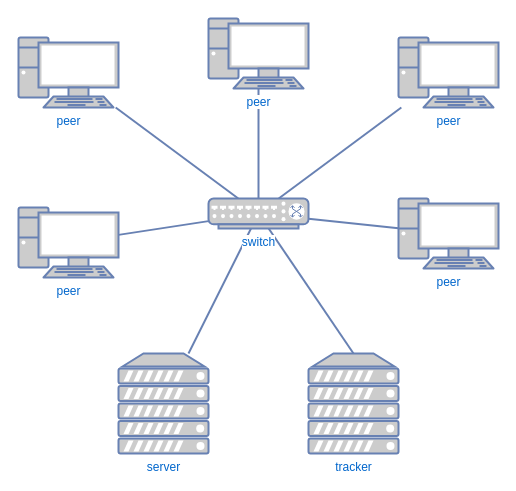
nan-af/sproj keeps this draw.io diagram as SingleSwitchTopology.drawio. Above is the earlier version. Source tidied: cells renumbered, new cells numbered last; positions are measured from the earlier drawing's top-left corner, leaving out a move shared by most shapes. Both pictures are drawn from the tidied source at 100%, with x=0, y=0 at pixel (18, 18).
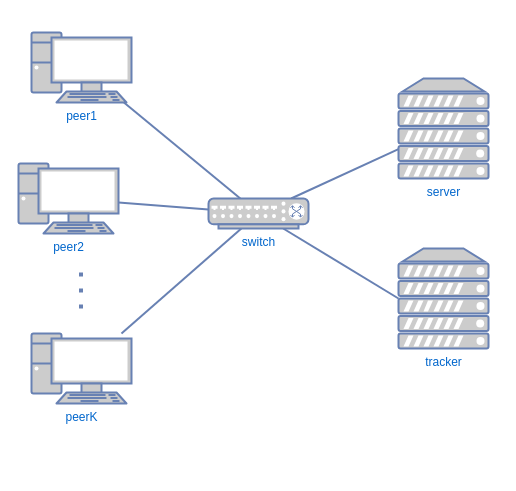
Above is the later version.

What changed in the source:
```diff
@@
 <mxGraphModel>
   <root>
     <mxCell id="0" />
     <mxCell id="1" parent="0" />
     <mxCell id="2" value="server" style="fontColor=#0066CC;verticalAlign=top;verticalLabelPosition=bottom;labelPosition=center;align=center;html=1;fillColor=#CCCCCC;strokeColor=#6881B3;gradientColor=none;gradientDirection=north;strokeWidth=2;shape=mxgraph.networks.server;rounded=1;shadow=0;comic=0;labelBackgroundColor=#ffffff;" parent="1" vertex="1">
-      <mxGeometry x="100" y="335" width="90" height="100" as="geometry" />
+      <mxGeometry x="380" y="60" width="90" height="100" as="geometry" />
     </mxCell>
     <mxCell id="3" style="edgeStyle=none;html=1;labelBackgroundColor=none;endArrow=none;strokeWidth=2;fontFamily=Verdana;fontSize=28;fontColor=#0066CC;rounded=0;strokeColor=#6881B3;" parent="1" edge="1" source="10" target="11">
       <mxGeometry relative="1" as="geometry" />
     </mxCell>
-    <mxCell id="4" style="edgeStyle=none;html=1;labelBackgroundColor=none;endArrow=none;strokeWidth=2;fontFamily=Verdana;fontSize=28;fontColor=#0066CC;rounded=0;strokeColor=#6881B3;" parent="1" edge="1" source="10" target="12">
-      <mxGeometry relative="1" as="geometry" />
-    </mxCell>
     <mxCell id="5" style="edgeStyle=none;html=1;labelBackgroundColor=none;endArrow=none;strokeWidth=2;fontFamily=Verdana;fontSize=28;fontColor=#0066CC;rounded=0;strokeColor=#6881B3;" parent="1" edge="1" source="10" target="13">
       <mxGeometry relative="1" as="geometry" />
     </mxCell>
-    <mxCell id="6" style="edgeStyle=none;html=1;labelBackgroundColor=none;endArrow=none;strokeWidth=2;fontFamily=Verdana;fontSize=28;fontColor=#0066CC;rounded=0;strokeColor=#6881B3;entryX=0.5;entryY=0;entryDx=0;entryDy=0;entryPerimeter=0;" parent="1" edge="1" source="10" target="16">
+    <mxCell id="6" style="edgeStyle=none;html=1;labelBackgroundColor=none;endArrow=none;strokeWidth=2;fontFamily=Verdana;fontSize=28;fontColor=#0066CC;rounded=0;strokeColor=#6881B3;entryX=0;entryY=0.5;entryDx=0;entryDy=0;entryPerimeter=0;" parent="1" edge="1" source="10" target="16">
       <mxGeometry relative="1" as="geometry" />
     </mxCell>
-    <mxCell id="7" style="edgeStyle=none;html=1;labelBackgroundColor=none;endArrow=none;strokeWidth=2;fontFamily=Verdana;fontSize=28;fontColor=#0066CC;rounded=0;strokeColor=#6881B3;" parent="1" edge="1" source="10" target="15">
-      <mxGeometry relative="1" as="geometry" />
-    </mxCell>
     <mxCell id="8" style="edgeStyle=none;html=1;labelBackgroundColor=none;endArrow=none;strokeWidth=2;fontFamily=Verdana;fontSize=28;fontColor=#0066CC;rounded=0;strokeColor=#6881B3;" parent="1" edge="1" source="10" target="14">
       <mxGeometry relative="1" as="geometry" />
     </mxCell>
     <mxCell id="9" style="edgeStyle=none;html=1;labelBackgroundColor=none;endArrow=none;strokeWidth=2;fontFamily=Verdana;fontSize=28;fontColor=#0066CC;rounded=0;strokeColor=#6881B3;" parent="1" edge="1" source="10" target="2">
       <mxGeometry relative="1" as="geometry" />
     </mxCell>
     <mxCell id="10" value="switch" style="fontColor=#0066CC;verticalAlign=top;verticalLabelPosition=bottom;labelPosition=center;align=center;html=1;fillColor=#CCCCCC;strokeColor=#6881B3;gradientColor=none;gradientDirection=north;strokeWidth=2;shape=mxgraph.networks.switch;rounded=1;shadow=0;comic=0;labelBackgroundColor=#ffffff;" parent="1" vertex="1">
       <mxGeometry x="190" y="180" width="100" height="30" as="geometry" />
     </mxCell>
-    <mxCell id="11" value="peer" style="fontColor=#0066CC;verticalAlign=top;verticalLabelPosition=bottom;labelPosition=center;align=center;html=1;fillColor=#CCCCCC;strokeColor=#6881B3;gradientColor=none;gradientDirection=north;strokeWidth=2;shape=mxgraph.networks.pc;rounded=1;shadow=0;comic=0;labelBackgroundColor=#ffffff;" parent="1" vertex="1">
-      <mxGeometry y="19" width="100" height="70" as="geometry" />
+    <mxCell id="11" value="peer1" style="fontColor=#0066CC;verticalAlign=top;verticalLabelPosition=bottom;labelPosition=center;align=center;html=1;fillColor=#CCCCCC;strokeColor=#6881B3;gradientColor=none;gradientDirection=north;strokeWidth=2;shape=mxgraph.networks.pc;rounded=1;shadow=0;comic=0;labelBackgroundColor=#ffffff;" parent="1" vertex="1">
+      <mxGeometry x="13" y="14" width="100" height="70" as="geometry" />
     </mxCell>
-    <mxCell id="12" value="peer" style="fontColor=#0066CC;verticalAlign=top;verticalLabelPosition=bottom;labelPosition=center;align=center;html=1;fillColor=#CCCCCC;strokeColor=#6881B3;gradientColor=none;gradientDirection=north;strokeWidth=2;shape=mxgraph.networks.pc;rounded=1;shadow=0;comic=0;labelBackgroundColor=#ffffff;" parent="1" vertex="1">
-      <mxGeometry x="190" width="100" height="70" as="geometry" />
-    </mxCell>
-    <mxCell id="13" value="peer" style="fontColor=#0066CC;verticalAlign=top;verticalLabelPosition=bottom;labelPosition=center;align=center;html=1;fillColor=#CCCCCC;strokeColor=#6881B3;gradientColor=none;gradientDirection=north;strokeWidth=2;shape=mxgraph.networks.pc;rounded=1;shadow=0;comic=0;labelBackgroundColor=#ffffff;" parent="1" vertex="1">
-      <mxGeometry x="380" y="19" width="100" height="70" as="geometry" />
+    <mxCell id="13" value="peerK" style="fontColor=#0066CC;verticalAlign=top;verticalLabelPosition=bottom;labelPosition=center;align=center;html=1;fillColor=#CCCCCC;strokeColor=#6881B3;gradientColor=none;gradientDirection=north;strokeWidth=2;shape=mxgraph.networks.pc;rounded=1;shadow=0;comic=0;labelBackgroundColor=#ffffff;" parent="1" vertex="1">
+      <mxGeometry x="13" y="315" width="100" height="70" as="geometry" />
     </mxCell>
-    <mxCell id="14" value="peer" style="fontColor=#0066CC;verticalAlign=top;verticalLabelPosition=bottom;labelPosition=center;align=center;html=1;fillColor=#CCCCCC;strokeColor=#6881B3;gradientColor=none;gradientDirection=north;strokeWidth=2;shape=mxgraph.networks.pc;rounded=1;shadow=0;comic=0;labelBackgroundColor=#ffffff;" parent="1" vertex="1">
-      <mxGeometry y="189" width="100" height="70" as="geometry" />
+    <mxCell id="14" value="peer2" style="fontColor=#0066CC;verticalAlign=top;verticalLabelPosition=bottom;labelPosition=center;align=center;html=1;fillColor=#CCCCCC;strokeColor=#6881B3;gradientColor=none;gradientDirection=north;strokeWidth=2;shape=mxgraph.networks.pc;rounded=1;shadow=0;comic=0;labelBackgroundColor=#ffffff;" parent="1" vertex="1">
+      <mxGeometry y="145" width="100" height="70" as="geometry" />
     </mxCell>
-    <mxCell id="15" value="peer" style="fontColor=#0066CC;verticalAlign=top;verticalLabelPosition=bottom;labelPosition=center;align=center;html=1;fillColor=#CCCCCC;strokeColor=#6881B3;gradientColor=none;gradientDirection=north;strokeWidth=2;shape=mxgraph.networks.pc;rounded=1;shadow=0;comic=0;labelBackgroundColor=#ffffff;" parent="1" vertex="1">
-      <mxGeometry x="380" y="180" width="100" height="70" as="geometry" />
-    </mxCell>
     <mxCell id="16" value="tracker" style="fontColor=#0066CC;verticalAlign=top;verticalLabelPosition=bottom;labelPosition=center;align=center;html=1;fillColor=#CCCCCC;strokeColor=#6881B3;gradientColor=none;gradientDirection=north;strokeWidth=2;shape=mxgraph.networks.server;rounded=1;shadow=0;comic=0;labelBackgroundColor=#ffffff;" parent="1" vertex="1">
-      <mxGeometry x="290" y="335" width="90" height="100" as="geometry" />
+      <mxGeometry x="380" y="230" width="90" height="100" as="geometry" />
     </mxCell>
+    <mxCell id="17" style="endArrow=none;dashed=1;html=1;dashPattern=1 3;strokeWidth=4;rounded=0;strokeColor=#6881B3;" parent="1" edge="1">
+      <mxGeometry relative="1" as="geometry">
+        <mxPoint x="62.5" y="290" as="sourcePoint" />
+        <mxPoint x="62.5" y="250" as="targetPoint" />
+      </mxGeometry>
+    </mxCell>
   </root>
 </mxGraphModel>
```
